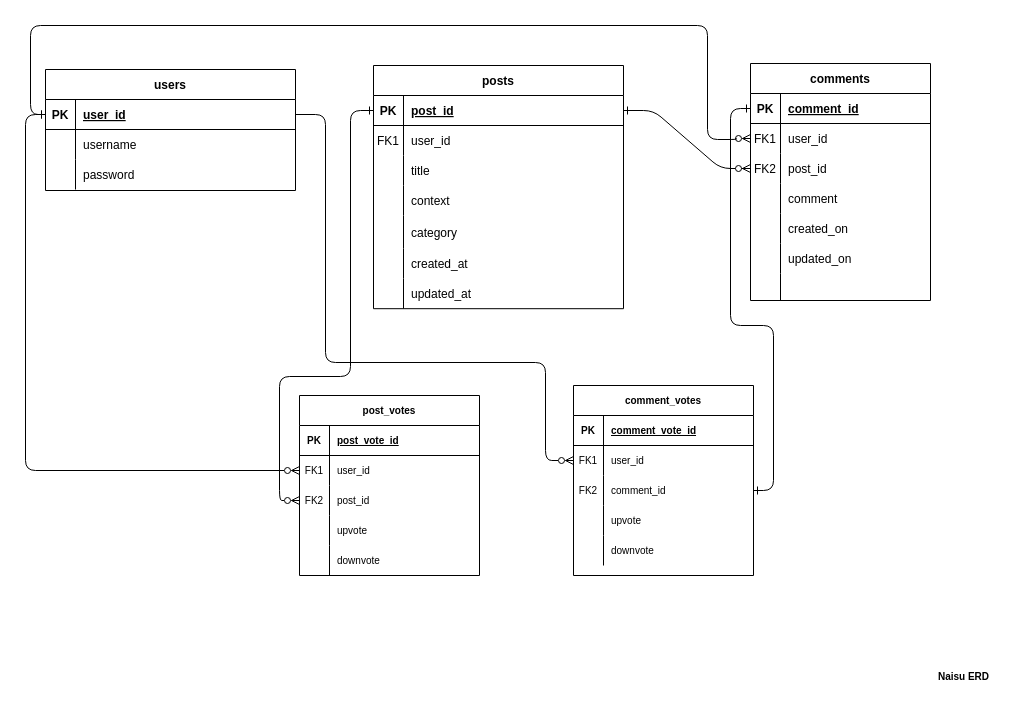
Before: Untitled Diagram.drawio in whoisnaisu/skill-checkpoints-2-back-end-development, a draw.io diagram. Source tidied: cells renumbered, new cells numbered last; positions are measured from the earlier drawing's top-left corner, leaving out a move shared by most shapes. Both pictures are drawn from the tidied source at 100%, with x=0, y=0 at pixel (30, 25).
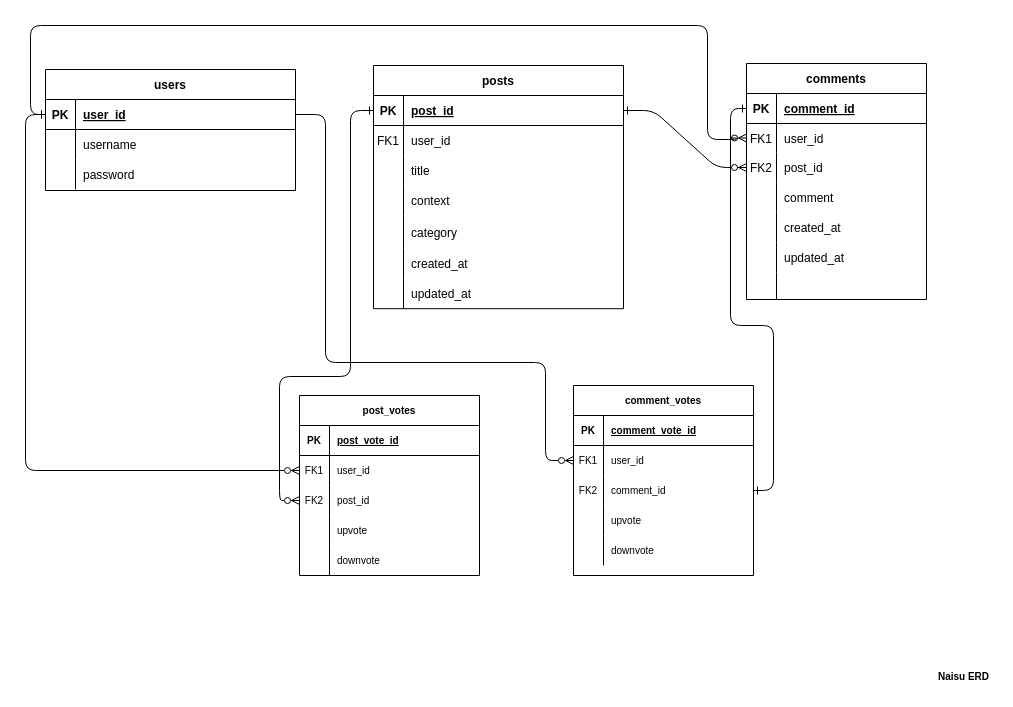
The same page after the edit.

The edit, as a diff of the source:
```diff
@@
     <mxCell id="35" value="comments" style="shape=table;startSize=30;childLayout=tableLayout;rowLines=0;fontStyle=1;align=center;" parent="1" vertex="1">
-      <mxGeometry x="720" y="38" width="180" height="237" as="geometry" />
+      <mxGeometry x="716" y="38" width="180" height="236" as="geometry" />
     </mxCell>
@@
     <mxCell id="39" style="shape=tableRow;horizontal=0;startSize=0;swimlaneHead=0;swimlaneBody=0;fillColor=none;points=[[0,0.5],[1,0.5]];portConstraint=eastwest;top=0;left=0;right=0;bottom=0;" parent="35" vertex="1">
-      <mxGeometry y="60" width="180" height="30" as="geometry" />
+      <mxGeometry y="60" width="180" height="29" as="geometry" />
     </mxCell>
     <mxCell id="40" value="FK1" style="shape=partialRectangle;fillColor=none;top=0;left=0;bottom=0;right=0;overflow=hidden;" parent="39" vertex="1">
-      <mxGeometry width="30" height="30" as="geometry" />
+      <mxGeometry width="30" height="29" as="geometry" />
     </mxCell>
     <mxCell id="41" value="user_id" style="shape=partialRectangle;fillColor=none;top=0;left=0;bottom=0;right=0;align=left;spacingLeft=6;overflow=hidden;" parent="39" vertex="1">
-      <mxGeometry x="30" width="150" height="30" as="geometry" />
+      <mxGeometry x="30" width="150" height="29" as="geometry" />
     </mxCell>
     <mxCell id="42" style="shape=tableRow;horizontal=0;startSize=0;swimlaneHead=0;swimlaneBody=0;fillColor=none;points=[[0,0.5],[1,0.5]];portConstraint=eastwest;top=0;left=0;right=0;bottom=0;" parent="35" vertex="1">
-      <mxGeometry y="90" width="180" height="30" as="geometry" />
+      <mxGeometry y="89" width="180" height="30" as="geometry" />
     </mxCell>
@@
     <mxCell id="45" style="shape=tableRow;horizontal=0;startSize=0;swimlaneHead=0;swimlaneBody=0;fillColor=none;top=0;left=0;right=0;bottom=0;" parent="35" vertex="1">
-      <mxGeometry y="120" width="180" height="30" as="geometry" />
+      <mxGeometry y="119" width="180" height="30" as="geometry" />
     </mxCell>
@@
     <mxCell id="48" style="shape=tableRow;horizontal=0;startSize=0;swimlaneHead=0;swimlaneBody=0;fillColor=none;top=0;left=0;right=0;bottom=0;" parent="35" vertex="1">
-      <mxGeometry y="150" width="180" height="30" as="geometry" />
+      <mxGeometry y="149" width="180" height="30" as="geometry" />
     </mxCell>
@@
-    <mxCell id="50" value="created_on" style="shape=partialRectangle;fillColor=none;top=0;left=0;bottom=0;right=0;align=left;spacingLeft=6;overflow=hidden;" parent="48" vertex="1">
+    <mxCell id="50" value="created_at" style="shape=partialRectangle;fillColor=none;top=0;left=0;bottom=0;right=0;align=left;spacingLeft=6;overflow=hidden;" parent="48" vertex="1">
       <mxGeometry x="30" width="150" height="30" as="geometry" />
     </mxCell>
     <mxCell id="51" style="shape=tableRow;horizontal=0;startSize=0;swimlaneHead=0;swimlaneBody=0;fillColor=none;top=0;left=0;right=0;bottom=0;" parent="35" vertex="1">
-      <mxGeometry y="180" width="180" height="30" as="geometry" />
+      <mxGeometry y="179" width="180" height="30" as="geometry" />
     </mxCell>
@@
-    <mxCell id="53" value="updated_on" style="shape=partialRectangle;fillColor=none;top=0;left=0;bottom=0;right=0;align=left;spacingLeft=6;overflow=hidden;" parent="51" vertex="1">
+    <mxCell id="53" value="updated_at" style="shape=partialRectangle;fillColor=none;top=0;left=0;bottom=0;right=0;align=left;spacingLeft=6;overflow=hidden;" parent="51" vertex="1">
       <mxGeometry x="30" width="150" height="30" as="geometry" />
     </mxCell>
     <mxCell id="54" style="shape=tableRow;horizontal=0;startSize=0;swimlaneHead=0;swimlaneBody=0;fillColor=none;top=0;left=0;right=0;bottom=0;" parent="35" vertex="1">
-      <mxGeometry y="210" width="180" height="27" as="geometry" />
+      <mxGeometry y="209" width="180" height="27" as="geometry" />
     </mxCell>
```
